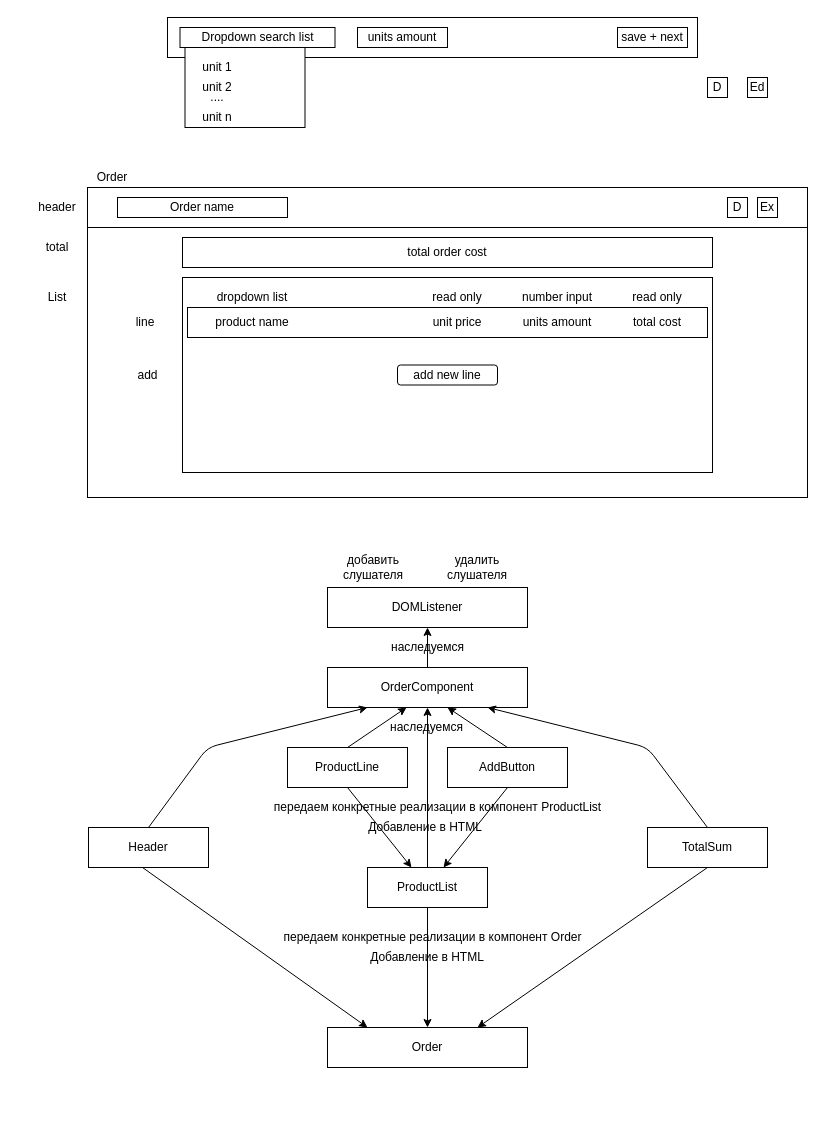
Before: CalculatorLayout.drawio in PavelMikh/GoodsCostCalculator, a draw.io diagram. Source tidied: cells renumbered, new cells numbered last; positions are measured from the earlier drawing's top-left corner, leaving out a move shared by most shapes. Both pictures are drawn from the tidied source at 100%, with x=0, y=0 at pixel (22, 17).
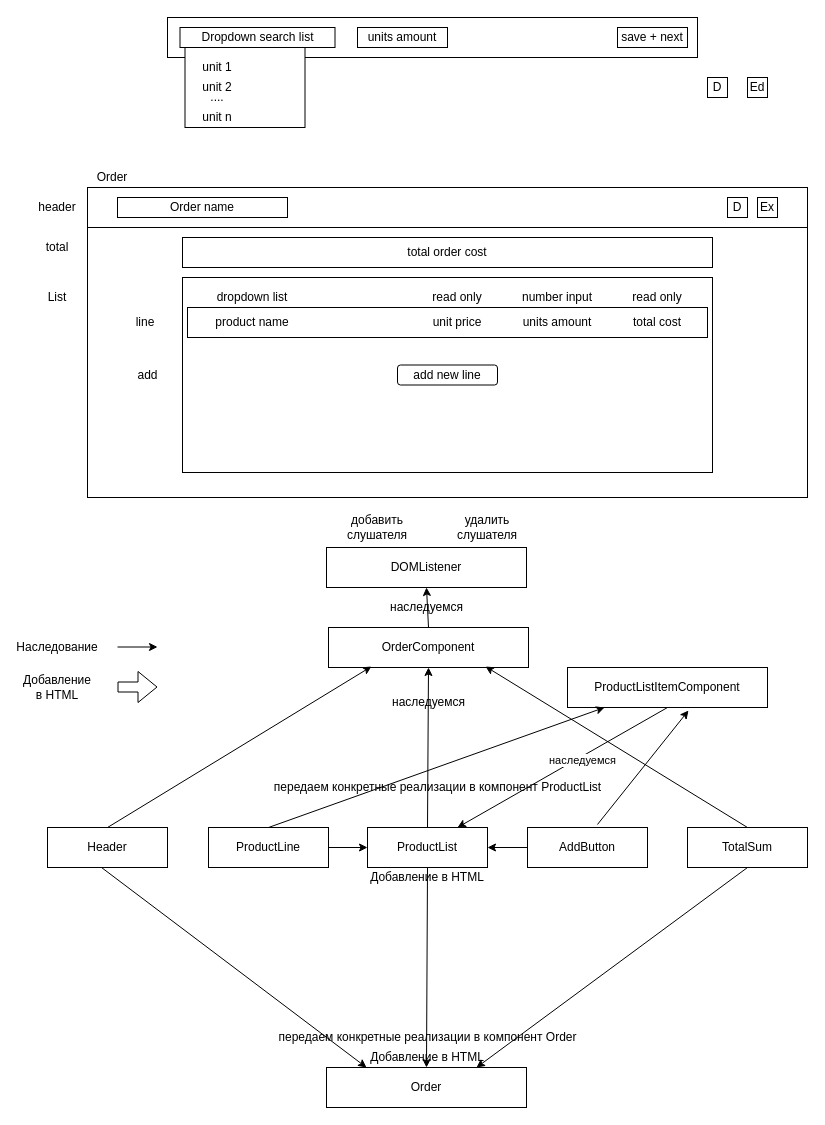
The same diagram, later.

What changed in the source:
```diff
@@
     <mxCell id="25" value="DOMListener" style="rounded=0;whiteSpace=wrap;html=1;" parent="1" vertex="1">
-      <mxGeometry x="305" y="570" width="200" height="40" as="geometry" />
+      <mxGeometry x="304" y="530" width="200" height="40" as="geometry" />
     </mxCell>
@@
     <mxCell id="27" value="OrderComponent" style="rounded=0;whiteSpace=wrap;html=1;" parent="1" vertex="1">
-      <mxGeometry x="305" y="650" width="200" height="40" as="geometry" />
+      <mxGeometry x="306" y="610" width="200" height="40" as="geometry" />
     </mxCell>
     <mxCell id="28" value="Header" style="rounded=0;whiteSpace=wrap;html=1;" parent="1" vertex="1">
-      <mxGeometry x="66" y="810" width="120" height="40" as="geometry" />
+      <mxGeometry x="25" y="810" width="120" height="40" as="geometry" />
     </mxCell>
     <mxCell id="29" value="ProductList" style="rounded=0;whiteSpace=wrap;html=1;" parent="1" vertex="1">
-      <mxGeometry x="345" y="850" width="120" height="40" as="geometry" />
+      <mxGeometry x="345" y="810" width="120" height="40" as="geometry" />
     </mxCell>
     <mxCell id="30" value="AddButton" style="rounded=0;whiteSpace=wrap;html=1;" parent="1" vertex="1">
-      <mxGeometry x="425" y="730" width="120" height="40" as="geometry" />
+      <mxGeometry x="505" y="810" width="120" height="40" as="geometry" />
     </mxCell>
     <mxCell id="31" value="TotalSum" style="rounded=0;whiteSpace=wrap;html=1;" parent="1" vertex="1">
-      <mxGeometry x="625" y="810" width="120" height="40" as="geometry" />
+      <mxGeometry x="665" y="810" width="120" height="40" as="geometry" />
     </mxCell>
-    <mxCell id="32" style="endArrow=classic;html=1;exitX=0.5;exitY=0;exitDx=0;exitDy=0;" parent="1" edge="1" source="28">
-      <mxGeometry relative="1" as="geometry">
-        <mxPoint x="345" y="690" as="targetPoint" />
-        <Array as="points">
-          <mxPoint x="185" y="730" />
-        </Array>
-      </mxGeometry>
-    </mxCell>
-    <mxCell id="33" style="endArrow=classic;html=1;exitX=0.5;exitY=0;exitDx=0;exitDy=0;" parent="1" edge="1" source="45">
-      <mxGeometry relative="1" as="geometry">
-        <mxPoint x="384" y="690" as="targetPoint" />
-      </mxGeometry>
-    </mxCell>
-    <mxCell id="34" style="endArrow=classic;html=1;exitX=0.5;exitY=0;exitDx=0;exitDy=0;" parent="1" edge="1" source="30">
-      <mxGeometry relative="1" as="geometry">
-        <mxPoint x="425" y="690" as="targetPoint" />
-      </mxGeometry>
-    </mxCell>
-    <mxCell id="35" style="endArrow=classic;html=1;exitX=0.5;exitY=0;exitDx=0;exitDy=0;" parent="1" edge="1" source="31">
-      <mxGeometry relative="1" as="geometry">
-        <mxPoint x="465" y="690" as="targetPoint" />
-        <Array as="points">
-          <mxPoint x="625" y="730" />
-        </Array>
-      </mxGeometry>
-    </mxCell>
     <mxCell id="36" value="Order" style="rounded=0;whiteSpace=wrap;html=1;" parent="1" vertex="1">
-      <mxGeometry x="305" y="1010" width="200" height="40" as="geometry" />
+      <mxGeometry x="304" y="1050" width="200" height="40" as="geometry" />
     </mxCell>
@@
-    <mxCell id="38" style="endArrow=classic;html=1;exitX=0.5;exitY=1;exitDx=0;exitDy=0;" parent="1" edge="1" source="30" target="29">
+    <mxCell id="38" style="endArrow=classic;html=1;exitX=0;exitY=0.5;exitDx=0;exitDy=0;" parent="1" edge="1" source="30" target="29">
       <mxGeometry relative="1" as="geometry" />
     </mxCell>
@@
     <mxCell id="40" value="Добавление в HTML" style="text;html=1;strokeColor=none;fillColor=none;align=center;verticalAlign=middle;whiteSpace=wrap;rounded=0;" parent="1" vertex="1">
-      <mxGeometry x="345" y="920" width="120" height="40" as="geometry" />
+      <mxGeometry x="345" y="1020" width="120" height="40" as="geometry" />
     </mxCell>
     <mxCell id="41" value="добавить&lt;br&gt;слушателя" style="text;html=1;strokeColor=none;fillColor=none;align=center;verticalAlign=middle;whiteSpace=wrap;rounded=0;" parent="1" vertex="1">
-      <mxGeometry x="331" y="540" width="40" height="20" as="geometry" />
+      <mxGeometry x="335" y="500" width="40" height="20" as="geometry" />
     </mxCell>
     <mxCell id="42" value="удалить&lt;br&gt;слушателя" style="text;html=1;strokeColor=none;fillColor=none;align=center;verticalAlign=middle;whiteSpace=wrap;rounded=0;" parent="1" vertex="1">
-      <mxGeometry x="435" y="540" width="40" height="20" as="geometry" />
+      <mxGeometry x="445" y="500" width="40" height="20" as="geometry" />
     </mxCell>
     <mxCell id="43" value="наследуемся" style="text;html=1;align=center;verticalAlign=middle;" parent="1" vertex="1">
-      <mxGeometry x="360" y="620" width="90" height="20" as="geometry" />
+      <mxGeometry x="359" y="580" width="90" height="20" as="geometry" />
     </mxCell>
     <mxCell id="44" value="наследуемся" style="text;html=1;align=center;verticalAlign=middle;" parent="1" vertex="1">
-      <mxGeometry x="359" y="700" width="90" height="20" as="geometry" />
+      <mxGeometry x="361" y="674.5" width="90" height="20" as="geometry" />
     </mxCell>
     <mxCell id="45" value="ProductLine" style="rounded=0;whiteSpace=wrap;html=1;" parent="1" vertex="1">
-      <mxGeometry x="265" y="730" width="120" height="40" as="geometry" />
+      <mxGeometry x="186" y="810" width="120" height="40" as="geometry" />
     </mxCell>
-    <mxCell id="46" style="endArrow=classic;html=1;exitX=0.5;exitY=1;exitDx=0;exitDy=0;" parent="1" edge="1" source="45" target="29">
+    <mxCell id="46" style="endArrow=classic;html=1;exitX=1;exitY=0.5;exitDx=0;exitDy=0;" parent="1" edge="1" source="45" target="29">
       <mxGeometry relative="1" as="geometry" />
     </mxCell>
+    <mxCell id="64" style="edgeStyle=none;jettySize=auto;html=1;entryX=0.5;entryY=1;entryDx=0;entryDy=0;exitX=0.5;exitY=0;exitDx=0;exitDy=0;" parent="1" edge="1" source="29" target="27">
+      <mxGeometry relative="1" as="geometry" />
+    </mxCell>
     <mxCell id="47" value="передаем конкретные реализации в компонент ProductList" style="text;html=1;align=center;verticalAlign=middle;" parent="1" vertex="1">
-      <mxGeometry x="245" y="780" width="340" height="20" as="geometry" />
+      <mxGeometry x="245" y="760" width="340" height="20" as="geometry" />
     </mxCell>
     <mxCell id="48" value="Добавление в HTML" style="text;html=1;strokeColor=none;fillColor=none;align=center;verticalAlign=middle;whiteSpace=wrap;rounded=0;" parent="1" vertex="1">
-      <mxGeometry x="343" y="790" width="120" height="40" as="geometry" />
+      <mxGeometry x="345" y="840" width="120" height="40" as="geometry" />
     </mxCell>
     <mxCell id="49" value="передаем конкретные реализации в компонент Order" style="text;html=1;align=center;verticalAlign=middle;" parent="1" vertex="1">
-      <mxGeometry x="255" y="910" width="310" height="20" as="geometry" />
+      <mxGeometry x="250" y="1010" width="310" height="20" as="geometry" />
     </mxCell>
@@
-    <mxCell id="63" style="endArrow=classic;html=1;exitX=0.5;exitY=0;exitDx=0;exitDy=0;entryX=0.5;entryY=1;entryDx=0;entryDy=0;" parent="1" edge="1" source="29" target="27">
+    <mxCell id="63" style="endArrow=classic;html=1;exitX=0.5;exitY=1;exitDx=0;exitDy=0;entryX=0.75;entryY=0;entryDx=0;entryDy=0;" parent="1" edge="1" source="66" target="29">
       <mxGeometry relative="1" as="geometry" />
     </mxCell>
+    <mxCell id="65" value="наследуемся" style="edgeLabel;html=1;align=center;verticalAlign=middle;" parent="63" vertex="1">
+      <mxGeometry x="-0.17" y="2" relative="1" as="geometry">
+        <mxPoint y="1" as="offset" />
+      </mxGeometry>
+    </mxCell>
+    <mxCell id="66" value="ProductListItemComponent" style="rounded=0;whiteSpace=wrap;html=1;" parent="1" vertex="1">
+      <mxGeometry x="545" y="650" width="200" height="40" as="geometry" />
+    </mxCell>
+    <mxCell id="67" style="endArrow=classic;html=1;exitX=0.5;exitY=0;exitDx=0;exitDy=0;entryX=0.215;entryY=0.975;entryDx=0;entryDy=0;entryPerimeter=0;" parent="1" edge="1" source="28" target="27">
+      <mxGeometry relative="1" as="geometry" />
+    </mxCell>
+    <mxCell id="68" style="endArrow=classic;html=1;entryX=0.785;entryY=0.975;entryDx=0;entryDy=0;entryPerimeter=0;exitX=0.5;exitY=0;exitDx=0;exitDy=0;" parent="1" edge="1" source="31" target="27">
+      <mxGeometry relative="1" as="geometry" />
+    </mxCell>
+    <mxCell id="69" style="endArrow=classic;html=1;entryX=0.605;entryY=1.075;entryDx=0;entryDy=0;entryPerimeter=0;exitX=0.583;exitY=-0.075;exitDx=0;exitDy=0;exitPerimeter=0;" parent="1" edge="1" source="30" target="66">
+      <mxGeometry relative="1" as="geometry" />
+    </mxCell>
+    <mxCell id="70" style="endArrow=classic;html=1;entryX=0.185;entryY=1;entryDx=0;entryDy=0;entryPerimeter=0;exitX=0.5;exitY=0;exitDx=0;exitDy=0;" parent="1" edge="1" source="45" target="66">
+      <mxGeometry relative="1" as="geometry" />
+    </mxCell>
+    <mxCell id="71" style="endArrow=classic;html=1;" parent="1" edge="1">
+      <mxGeometry relative="1" as="geometry">
+        <mxPoint x="95" y="629.5" as="sourcePoint" />
+        <mxPoint x="135" y="629.5" as="targetPoint" />
+      </mxGeometry>
+    </mxCell>
+    <mxCell id="72" value="Наследование" style="text;html=1;strokeColor=none;fillColor=none;align=center;verticalAlign=middle;whiteSpace=wrap;rounded=0;" parent="1" vertex="1">
+      <mxGeometry x="15" y="620" width="40" height="20" as="geometry" />
+    </mxCell>
+    <mxCell id="73" style="shape=flexArrow;endArrow=classic;html=1;" parent="1" edge="1">
+      <mxGeometry relative="1" as="geometry">
+        <mxPoint x="95" y="669.5" as="sourcePoint" />
+        <mxPoint x="135" y="669.5" as="targetPoint" />
+      </mxGeometry>
+    </mxCell>
+    <mxCell id="74" value="Добавление в HTML" style="text;html=1;strokeColor=none;fillColor=none;align=center;verticalAlign=middle;whiteSpace=wrap;rounded=0;" parent="1" vertex="1">
+      <mxGeometry x="15" y="660" width="40" height="20" as="geometry" />
+    </mxCell>
```
